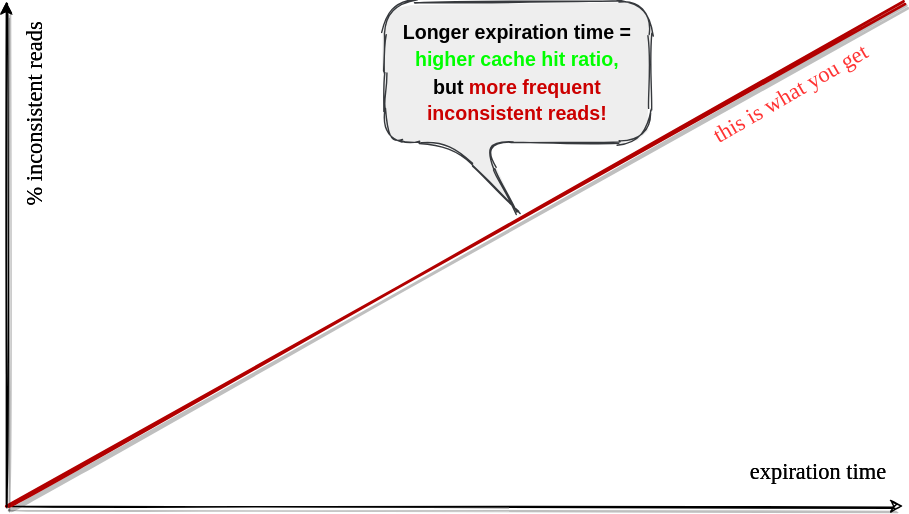
This is Slides/Fusion_v2/diagrams/consistency/1.dio.svg from alexyakunin/Stl.Fusion.Materials, a draw.io export, as it was before one commit. Source tidied: cells renumbered, new cells last; positions are measured from the earlier drawing's top-left corner, leaving out a move shared by most shapes.
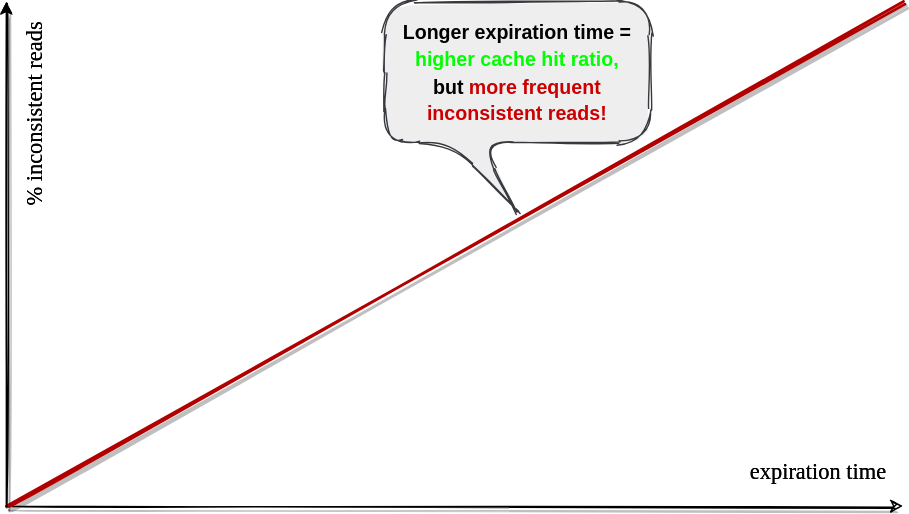
Later version of the same file.

The edit, as a diff of the source:
```diff
@@ -26,9 +26,6 @@
         <mxPoint x="700" as="targetPoint" />
       </mxGeometry>
     </mxCell>
-    <mxCell id="7" value="&lt;font face=&quot;Comic Sans MS&quot; style=&quot;font-size: 16px&quot;&gt;this is what you get&lt;/font&gt;" style="text;html=1;align=center;verticalAlign=middle;whiteSpace=wrap;rounded=0;sketch=1;fontSize=16;rotation=-30;fontColor=#FF3333;" parent="1" vertex="1">
-      <mxGeometry x="540" y="50" width="160" height="30" as="geometry" />
-    </mxCell>
     <mxCell id="8" style="endArrow=classic;html=1;shadow=1;curved=1;sketch=1;" parent="1" edge="1">
       <mxGeometry relative="1" as="geometry">
         <mxPoint x="60" y="360" as="sourcePoint" />
```
